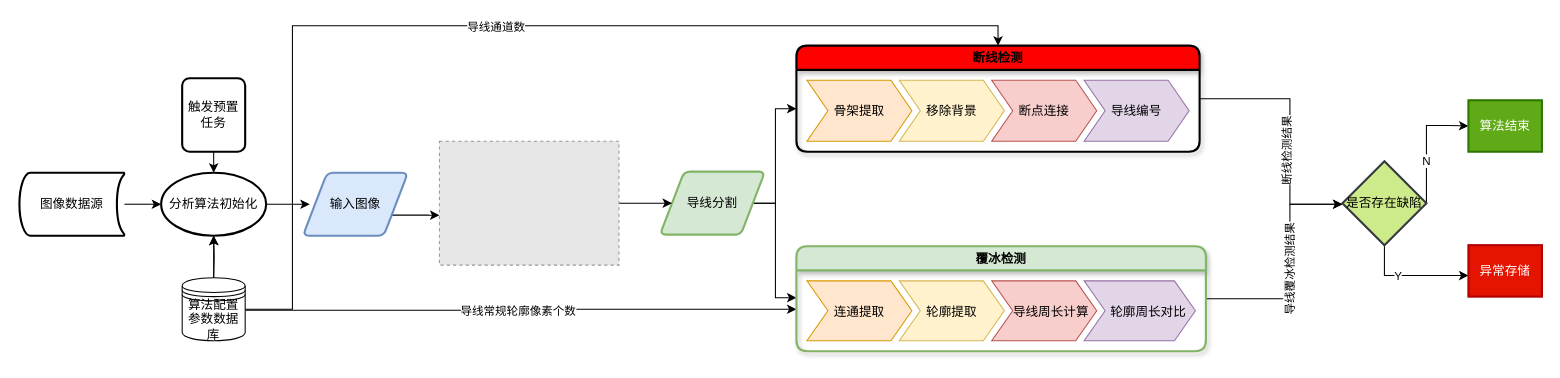
The draw.io diagram 输电路导线检测算法设计架构.drawio in paleblackless/diagrams, before the edit. Source tidied: cells renumbered, new cells numbered last; positions are measured from the earlier drawing's top-left corner, leaving out a move shared by most shapes. Both pictures are drawn from the tidied source at 105%, with x=0, y=0 at pixel (19, 25). Pictures stored in the file or linked from it are replaced by grey dashed boxes.
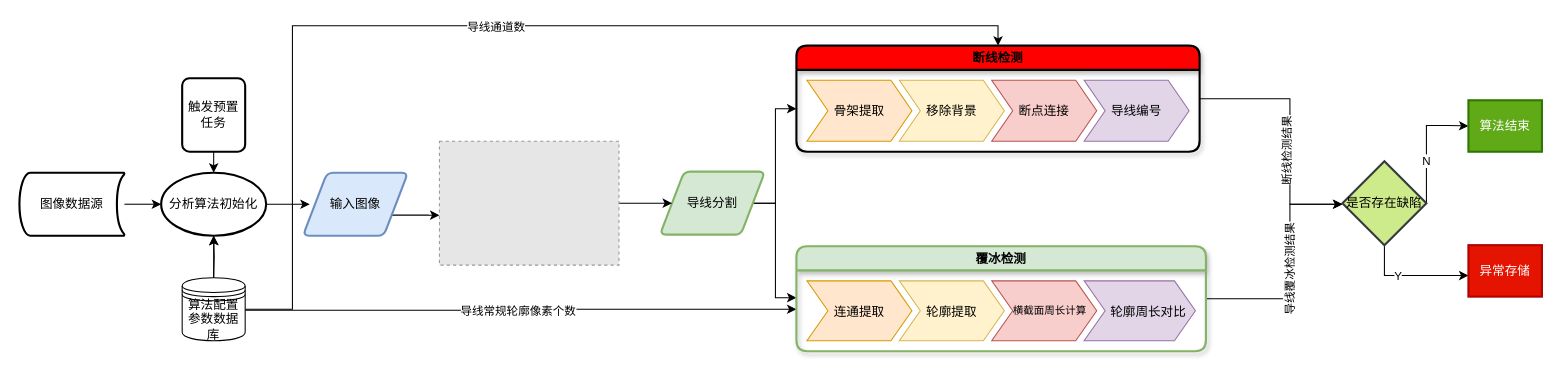
The same page after the edit.

Commit message (it also covers changes not shown here):
Update 输电路导线检测算法设计架构.drawio

Unchanged cells that the change refers to:
```xml
<mxCell id="29" value="覆冰检测" style="swimlane;horizontal=1;fillColor=#d5e8d4;strokeColor=#82b366;stackBorder=10;align=center;points=[];strokeWidth=2;rounded=1;shadow=1;startSize=23;" parent="1" vertex="1">
  <mxGeometry x="740" y="210" width="390" height="100" as="geometry" />
</mxCell>
```

Change to the diagram source:
```diff
@@
-    <mxCell id="32" value="    导线周长计算" style="shape=step;perimeter=stepPerimeter;fixedSize=1;fillColor=#f8cecc;strokeColor=#b85450;" parent="29" vertex="1">
+    <mxCell id="32" value="    横截面周长计算" style="shape=step;perimeter=stepPerimeter;fixedSize=1;fillColor=#f8cecc;strokeColor=#b85450;fontSize=10;" parent="29" vertex="1">
       <mxGeometry x="186" y="33" width="100" height="57" as="geometry" />
     </mxCell>
```
